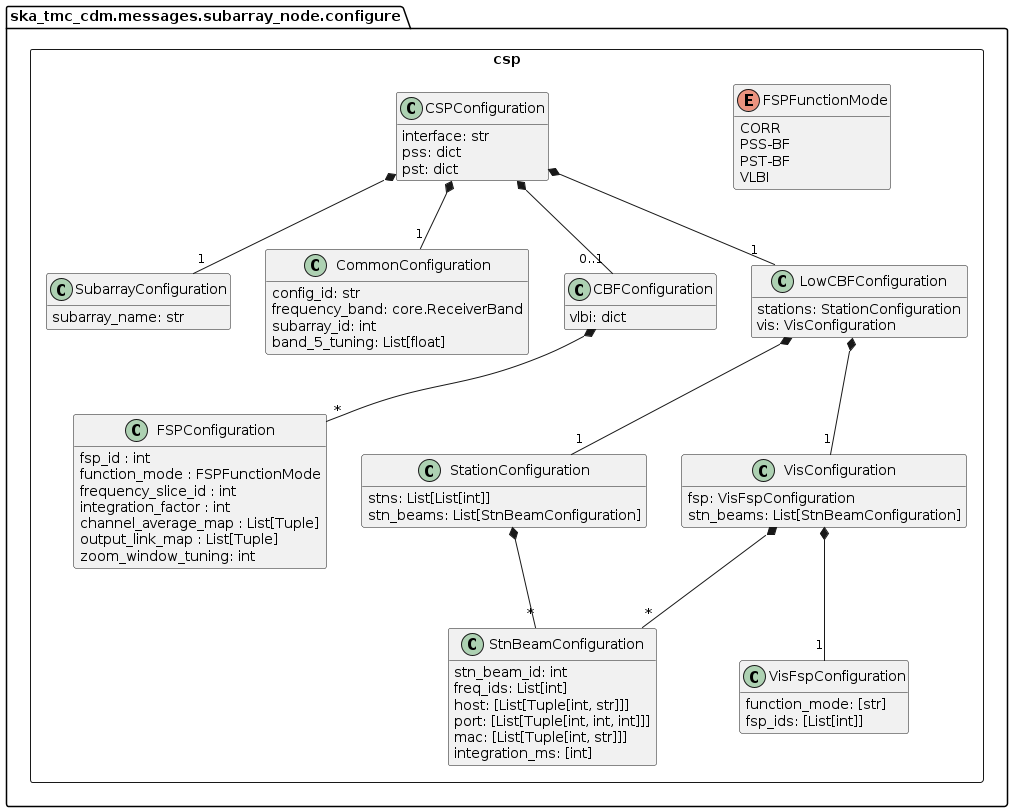
Earlier version of the PlantUML export docs/src/developer/subarraynode/csp.png (ska-telescope/cdm-shared-library).
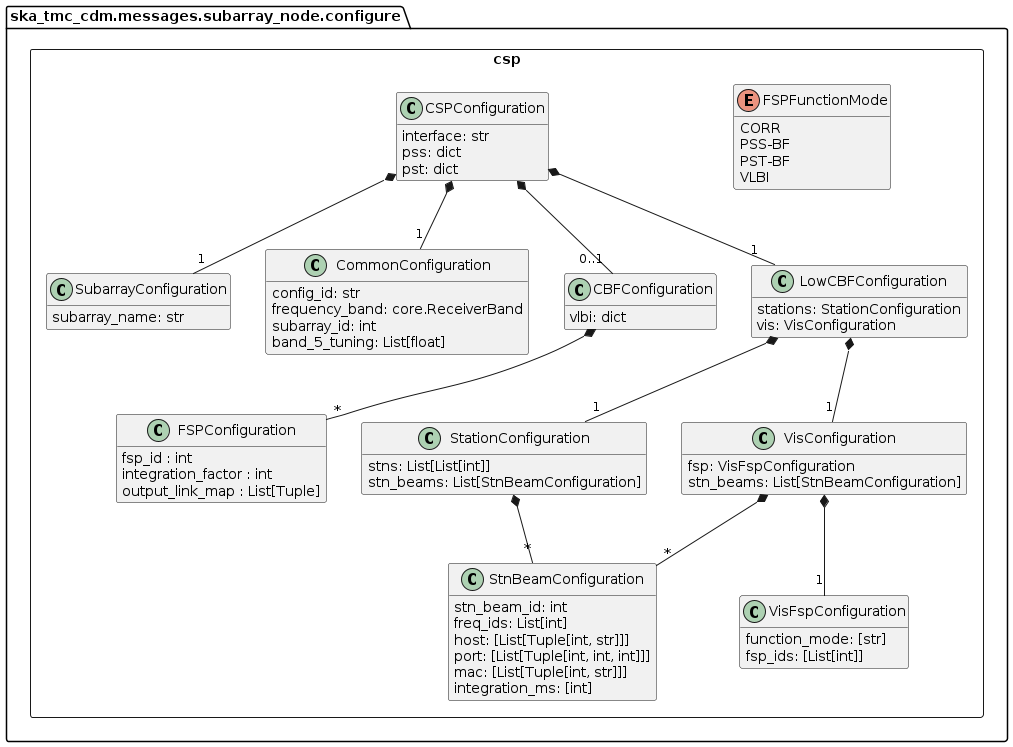
The same diagram one commit later.

Commit message:
STAR-558: Removing use of frequency_slice_id, tests are unresolved

What changed in the source:
```diff
@@ -32,12 +32,8 @@
 
 		class FSPConfiguration {
 			fsp_id : int
-			function_mode : FSPFunctionMode
-			frequency_slice_id : int
 			integration_factor : int
-			channel_average_map : List[Tuple]
 			output_link_map : List[Tuple]
-			zoom_window_tuning: int
 		}
 
 		class CSPConfiguration {
```
